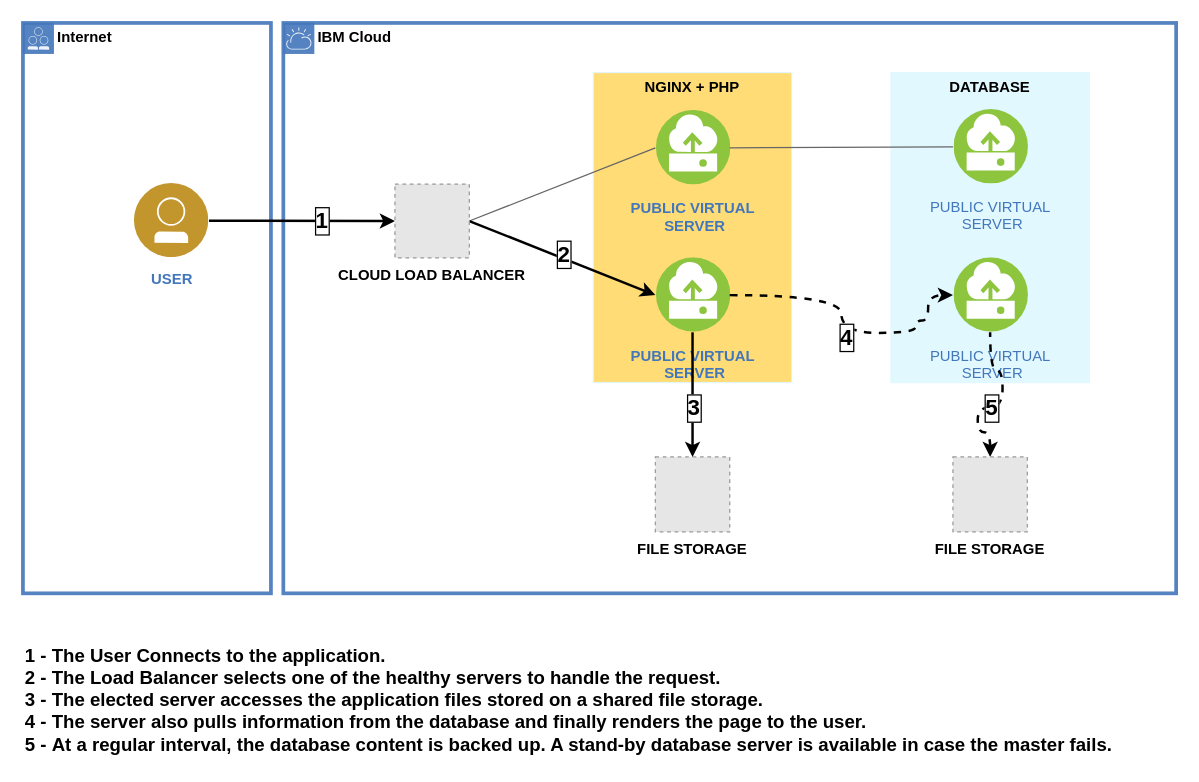
The draw.io diagram drawio/templates/ibm_cloud_load_balancer_highly_available_web_app.drawio in ibm-cloud-architecture/ibm-cloud-stencils, before the edit. Source tidied: cells renumbered, new cells numbered last; positions are measured from the earlier drawing's top-left corner, leaving out a move shared by most shapes. Both pictures are drawn from the tidied source at 124%, with x=0, y=0 at pixel (22, 22). Pictures stored in the file or linked from it are replaced by grey dashed boxes.
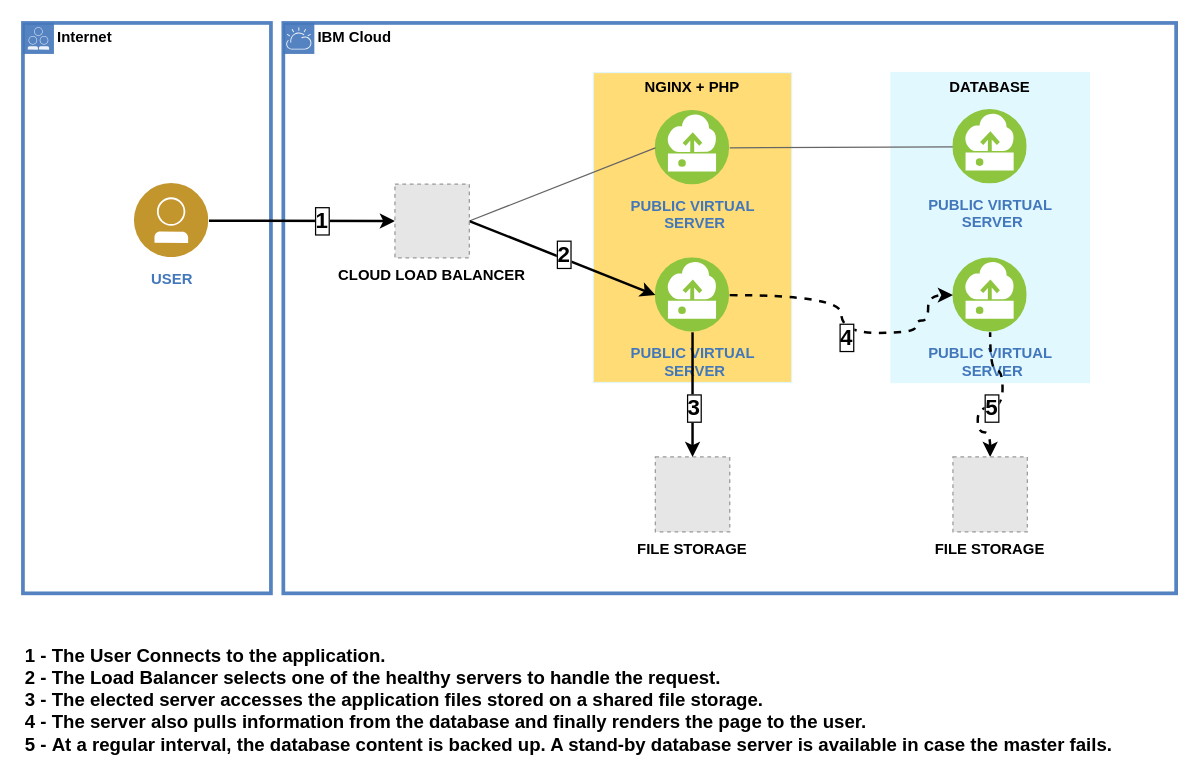
Above is the later version.

Unchanged cells that the change refers to:
```xml
<mxCell id="4" value="DATABASE" style="fontStyle=1;verticalAlign=top;align=center;spacingTop=-2;fillColor=#DFF8FF;rounded=0;whiteSpace=wrap;html=1;strokeColor=#DFF8FF;strokeWidth=1;dashed=0;opacity=90;" parent="1" vertex="1">
  <mxGeometry x="700" y="40" width="160" height="250" as="geometry" />
</mxCell>
<mxCell id="6" value="NGINX + PHP" style="fontStyle=1;verticalAlign=top;align=center;spacingTop=-2;fillColor=#FFD966;rounded=0;whiteSpace=wrap;html=1;strokeColor=#DFF8FF;strokeWidth=1;dashed=0;opacity=90;" parent="1" vertex="1">
  <mxGeometry x="460" y="40" width="160" height="250" as="geometry" />
</mxCell>
```

Diff of the diagram source:
```diff
@@
-    <mxCell id="5" value="PUBLIC VIRTUAL&lt;br&gt;&amp;nbsp;SERVER" style="perimeter=ellipsePerimeter;html=1;align=center;shadow=0;dashed=0;image;image=img/lib/ibm/vpc/Instance.svg;labelPosition=bottom;verticalLabelPosition=bottom;verticalAlign=top;fontSize=12;flipH=1;labelBackgroundColor=none;fontColor=#4277BB;spacingTop=5;" parent="4" vertex="1">
+    <mxCell id="5" value="PUBLIC VIRTUAL&lt;br&gt;&amp;nbsp;SERVER" style="perimeter=ellipsePerimeter;html=1;align=center;shadow=0;dashed=0;image;image=img/lib/ibm/vpc/Instance.svg;labelPosition=bottom;verticalLabelPosition=bottom;verticalAlign=top;fontSize=12;flipH=0;labelBackgroundColor=none;fontColor=#4277BB;spacingTop=3;fontStyle=1;" parent="4" vertex="1">
       <mxGeometry x="50" y="149.5" width="60" height="60" as="geometry" />
     </mxCell>
@@
-    <mxCell id="7" value="PUBLIC VIRTUAL&lt;br&gt;&amp;nbsp;SERVER" style="perimeter=ellipsePerimeter;html=1;align=center;shadow=0;dashed=0;image;image=img/lib/ibm/vpc/Instance.svg;labelPosition=bottom;verticalLabelPosition=bottom;verticalAlign=top;fontSize=12;flipH=1;labelBackgroundColor=none;fontColor=#4277BB;spacingTop=5;fontStyle=1;" parent="6" vertex="1">
+    <mxCell id="7" value="PUBLIC VIRTUAL&lt;br&gt;&amp;nbsp;SERVER" style="perimeter=ellipsePerimeter;html=1;align=center;shadow=0;dashed=0;image;image=img/lib/ibm/vpc/Instance.svg;labelPosition=bottom;verticalLabelPosition=bottom;verticalAlign=top;fontSize=12;flipH=0;labelBackgroundColor=none;fontColor=#4277BB;spacingTop=3;fontStyle=1;" parent="6" vertex="1">
       <mxGeometry x="50" y="149.5" width="60" height="60" as="geometry" />
     </mxCell>
-    <mxCell id="8" value="PUBLIC VIRTUAL&lt;br&gt;&amp;nbsp;SERVER" style="perimeter=ellipsePerimeter;html=1;align=center;shadow=0;dashed=0;image;image=img/lib/ibm/vpc/Instance.svg;labelPosition=bottom;verticalLabelPosition=bottom;verticalAlign=top;fontSize=12;flipH=1;labelBackgroundColor=none;fontColor=#4277BB;spacingTop=5;fontStyle=1;" parent="6" vertex="1">
+    <mxCell id="8" value="PUBLIC VIRTUAL&lt;br&gt;&amp;nbsp;SERVER" style="perimeter=ellipsePerimeter;html=1;align=center;shadow=0;dashed=0;image;image=img/lib/ibm/vpc/Instance.svg;labelPosition=bottom;verticalLabelPosition=bottom;verticalAlign=top;fontSize=12;flipH=0;labelBackgroundColor=none;fontColor=#4277BB;spacingTop=3;fontStyle=1;" parent="6" vertex="1">
       <mxGeometry x="50" y="30.7" width="60" height="60" as="geometry" />
     </mxCell>
@@
-    <mxCell id="25" value="PUBLIC VIRTUAL&lt;br&gt;&amp;nbsp;SERVER" style="perimeter=ellipsePerimeter;html=1;align=center;shadow=0;dashed=0;image;image=img/lib/ibm/vpc/Instance.svg;labelPosition=bottom;verticalLabelPosition=bottom;verticalAlign=top;fontSize=12;flipH=1;labelBackgroundColor=none;fontColor=#4277BB;spacingTop=5;" parent="1" vertex="1">
+    <mxCell id="25" value="PUBLIC VIRTUAL&lt;br&gt;&amp;nbsp;SERVER" style="perimeter=ellipsePerimeter;html=1;align=center;shadow=0;dashed=0;image;image=img/lib/ibm/vpc/Instance.svg;labelPosition=bottom;verticalLabelPosition=bottom;verticalAlign=top;fontSize=12;flipH=0;labelBackgroundColor=none;fontColor=#4277BB;spacingTop=3;fontStyle=1;" parent="1" vertex="1">
       <mxGeometry x="750" y="70" width="60" height="60" as="geometry" />
     </mxCell>
```
